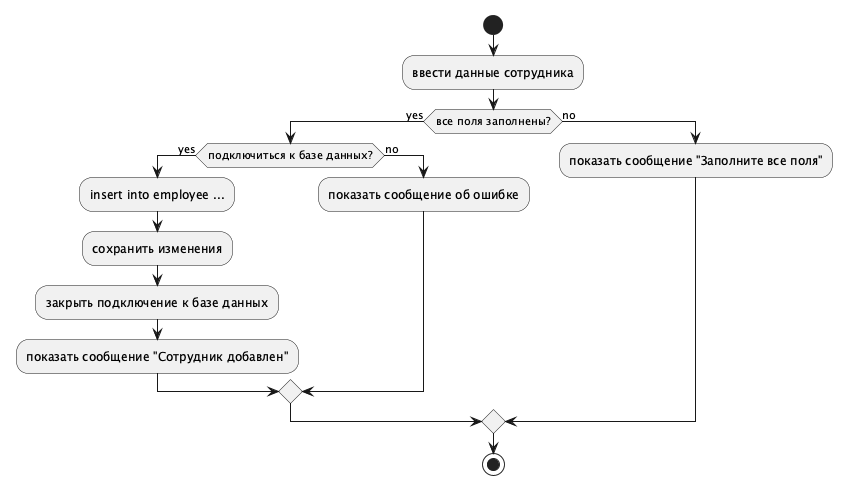
Before: 1 семестр/lab06-activity/src/act-03-add.png, a diagram exported from PlantUML (olegstiv/kravchuk.o).
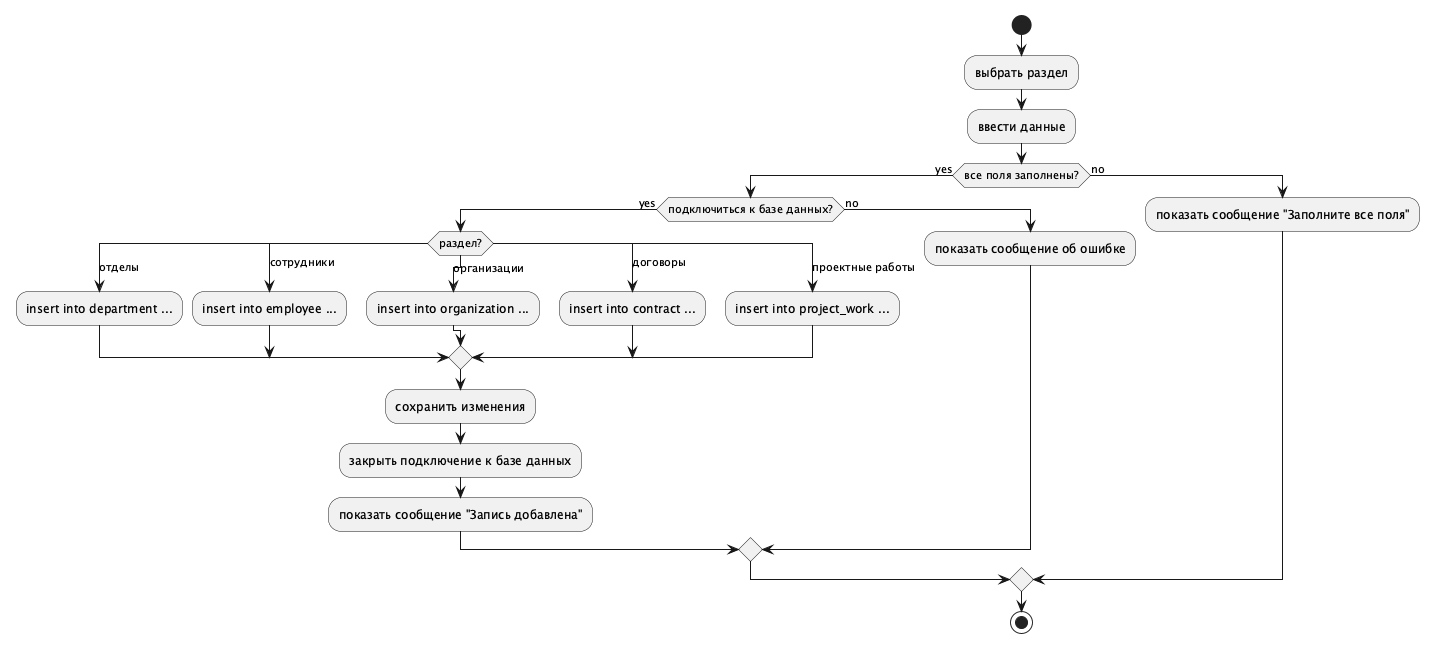
Above is the later version.

The edit, as a diff of the source:
```diff
@@ -1,12 +1,24 @@
 @startuml
 start
-:ввести данные сотрудника;
+:выбрать раздел;
+:ввести данные;
 if (все поля заполнены?) then (yes)
   if (подключиться к базе данных?) then (yes)
-    :insert into employee ...;
+    switch (раздел?)
+    case (отделы)
+      :insert into department ...;
+    case (сотрудники)
+      :insert into employee ...;
+    case (организации)
+      :insert into organization ...;
+    case (договоры)
+      :insert into contract ...;
+    case (проектные работы)
+      :insert into project_work ...;
+    endswitch
     :сохранить изменения;
     :закрыть подключение к базе данных;
-    :показать сообщение "Сотрудник добавлен";
+    :показать сообщение "Запись добавлена";
   else (no)
     :показать сообщение об ошибке;
   endif
```
